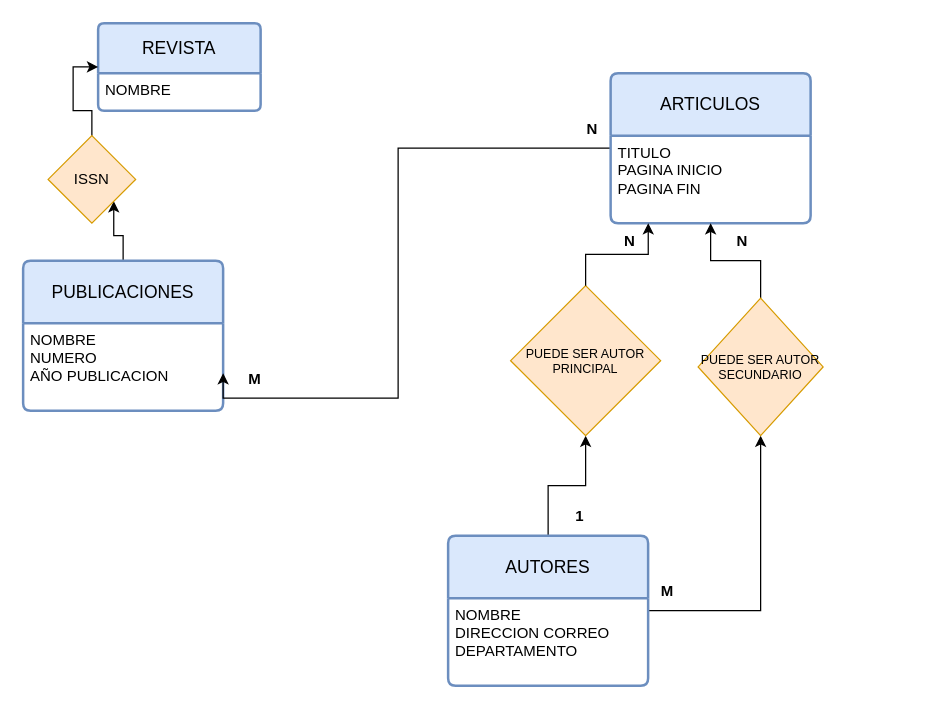
Before: 1DAW-Base-Datos/Relacion entidades Revista,Articulos,Publicaciones .drawio in castilloubedaruben/Apuntes-1-DAW, a draw.io diagram. Source tidied: cells renumbered, new cells numbered last; positions are measured from the earlier drawing's top-left corner, leaving out a move shared by most shapes. Both pictures are drawn from the tidied source at 125%, with x=0, y=0 at pixel (22, 22).
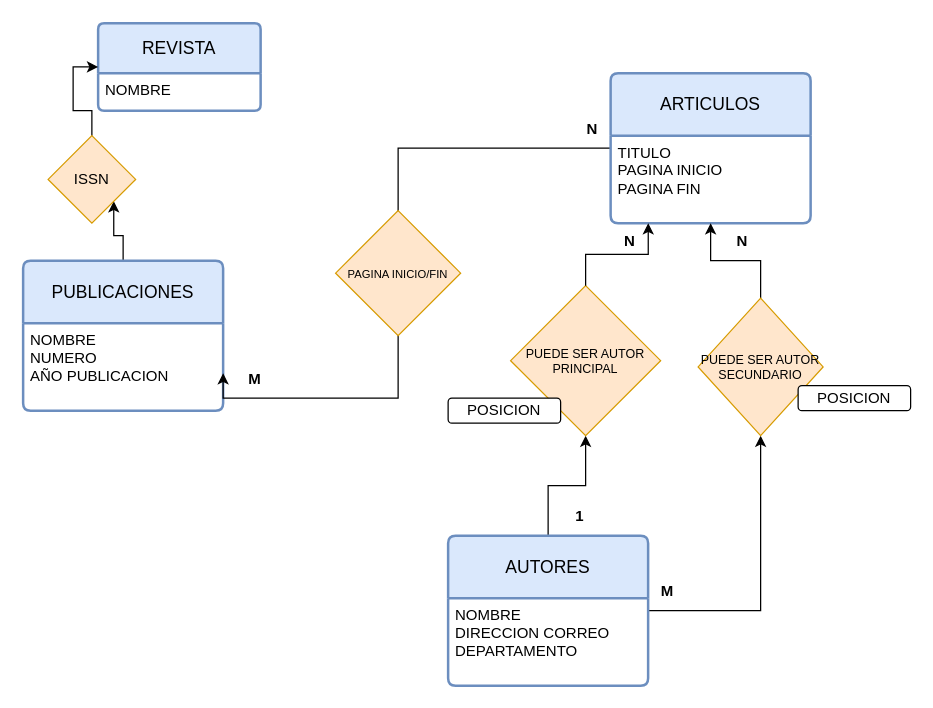
The same page after the edit.

The edit, as a diff of the source:
```diff
@@
+    <mxCell id="26" value="&lt;div&gt;POSICION&lt;/div&gt;" style="rounded=1;whiteSpace=wrap;html=1;" parent="1" vertex="1">
+      <mxGeometry x="340" y="300" width="90" height="20" as="geometry" />
+    </mxCell>
+    <mxCell id="27" value="&lt;div&gt;POSICION&lt;/div&gt;" style="rounded=1;whiteSpace=wrap;html=1;" parent="1" vertex="1">
+      <mxGeometry x="620" y="290" width="90" height="20" as="geometry" />
+    </mxCell>
+    <mxCell id="28" value="&lt;font style=&quot;font-size: 9px;&quot;&gt;PAGINA INICIO/FIN&lt;/font&gt;" style="rhombus;whiteSpace=wrap;html=1;fillColor=#ffe6cc;strokeColor=#d79b00;" parent="1" vertex="1">
+      <mxGeometry x="250" y="150" width="100" height="100" as="geometry" />
+    </mxCell>
```
